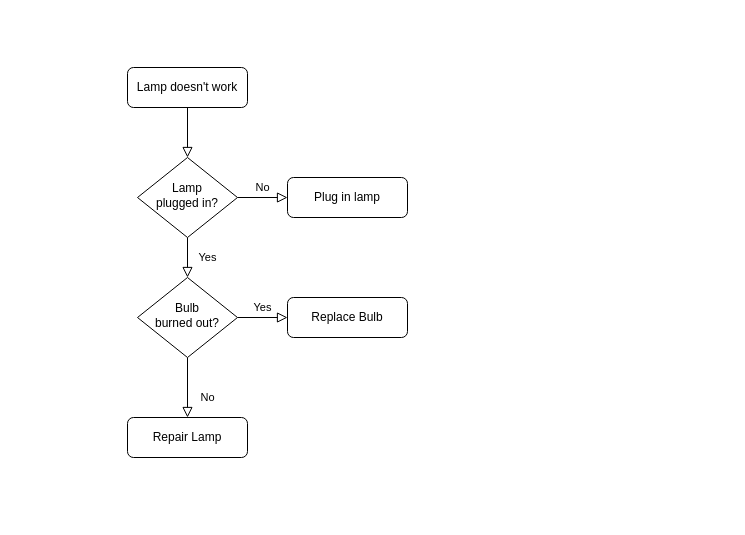
cuerojr/mug-tickets-server keeps this draw.io diagram as Diagrama sin título.drawio. Above is the earlier version. Source tidied: cells renumbered, new cells numbered last; positions are measured from the earlier drawing's top-left corner, leaving out a move shared by most shapes. Both pictures are drawn from the tidied source at 100%, with x=0, y=0 at pixel (127, 67).
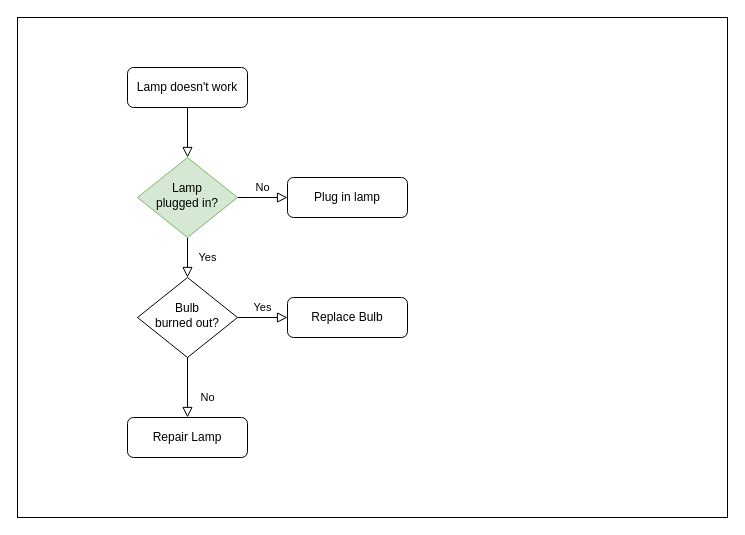
After the change.

Change to the diagram source:
```diff
@@
 <mxGraphModel>
   <root>
     <mxCell id="0" />
     <mxCell id="1" parent="0" />
+    <mxCell id="13" style="rounded=0;whiteSpace=wrap;html=1;" parent="1" vertex="1">
+      <mxGeometry x="-110" y="-50" width="710" height="500" as="geometry" />
+    </mxCell>
     <mxCell id="2" style="rounded=0;html=1;jettySize=auto;fontSize=11;endArrow=block;endFill=0;endSize=8;strokeWidth=1;shadow=0;labelBackgroundColor=none;edgeStyle=orthogonalEdgeStyle;" parent="1" edge="1" source="3" target="6">
       <mxGeometry relative="1" as="geometry" />
     </mxCell>
     <mxCell id="3" value="Lamp doesn't work" style="rounded=1;whiteSpace=wrap;html=1;fontSize=12;glass=0;strokeWidth=1;shadow=0;" parent="1" vertex="1">
       <mxGeometry width="120" height="40" as="geometry" />
     </mxCell>
     <mxCell id="4" value="Yes" style="rounded=0;html=1;jettySize=auto;fontSize=11;endArrow=block;endFill=0;endSize=8;strokeWidth=1;shadow=0;labelBackgroundColor=none;edgeStyle=orthogonalEdgeStyle;" parent="1" edge="1" source="6" target="10">
       <mxGeometry y="20" relative="1" as="geometry" />
     </mxCell>
     <mxCell id="5" value="No" style="edgeStyle=orthogonalEdgeStyle;rounded=0;html=1;jettySize=auto;fontSize=11;endArrow=block;endFill=0;endSize=8;strokeWidth=1;shadow=0;labelBackgroundColor=none;" parent="1" edge="1" source="6" target="7">
       <mxGeometry y="10" relative="1" as="geometry" />
     </mxCell>
-    <mxCell id="6" value="Lamp&lt;br&gt;plugged in?" style="rhombus;whiteSpace=wrap;html=1;shadow=0;fontFamily=Helvetica;fontSize=12;align=center;strokeWidth=1;spacing=6;spacingTop=-4;" parent="1" vertex="1">
+    <mxCell id="6" value="Lamp&lt;br&gt;plugged in?" style="rhombus;whiteSpace=wrap;html=1;shadow=0;fontFamily=Helvetica;fontSize=12;align=center;strokeWidth=1;spacing=6;spacingTop=-4;fillColor=#d5e8d4;strokeColor=#82b366;" parent="1" vertex="1">
       <mxGeometry x="10" y="90" width="100" height="80" as="geometry" />
     </mxCell>
     <mxCell id="7" value="Plug in lamp" style="rounded=1;whiteSpace=wrap;html=1;fontSize=12;glass=0;strokeWidth=1;shadow=0;" parent="1" vertex="1">
       <mxGeometry x="160" y="110" width="120" height="40" as="geometry" />
     </mxCell>
     <mxCell id="8" value="No" style="rounded=0;html=1;jettySize=auto;fontSize=11;endArrow=block;endFill=0;endSize=8;strokeWidth=1;shadow=0;labelBackgroundColor=none;edgeStyle=orthogonalEdgeStyle;" parent="1" edge="1" source="10" target="11">
       <mxGeometry x="0.33" y="20" relative="1" as="geometry" />
     </mxCell>
     <mxCell id="9" value="Yes" style="edgeStyle=orthogonalEdgeStyle;rounded=0;html=1;jettySize=auto;fontSize=11;endArrow=block;endFill=0;endSize=8;strokeWidth=1;shadow=0;labelBackgroundColor=none;" parent="1" edge="1" source="10" target="12">
       <mxGeometry y="10" relative="1" as="geometry" />
     </mxCell>
     <mxCell id="10" value="Bulb&lt;br&gt;burned out?" style="rhombus;whiteSpace=wrap;html=1;shadow=0;fontFamily=Helvetica;fontSize=12;align=center;strokeWidth=1;spacing=6;spacingTop=-4;" parent="1" vertex="1">
       <mxGeometry x="10" y="210" width="100" height="80" as="geometry" />
     </mxCell>
     <mxCell id="11" value="Repair Lamp" style="rounded=1;whiteSpace=wrap;html=1;fontSize=12;glass=0;strokeWidth=1;shadow=0;" parent="1" vertex="1">
       <mxGeometry y="350" width="120" height="40" as="geometry" />
     </mxCell>
     <mxCell id="12" value="Replace Bulb" style="rounded=1;whiteSpace=wrap;html=1;fontSize=12;glass=0;strokeWidth=1;shadow=0;" parent="1" vertex="1">
       <mxGeometry x="160" y="230" width="120" height="40" as="geometry" />
     </mxCell>
   </root>
 </mxGraphModel>
```
